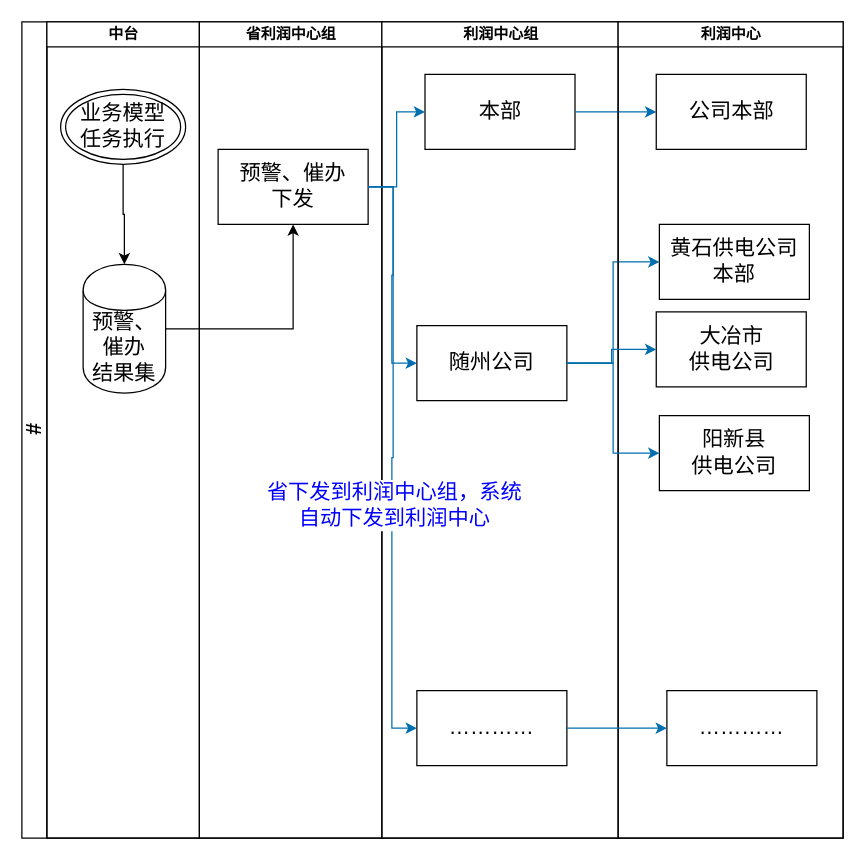
The draw.io diagram Untitled Diagram.drawio in persistkong/cms, before the edit. Source tidied: cells renumbered, new cells numbered last; positions are measured from the earlier drawing's top-left corner, leaving out a move shared by most shapes. Both pictures are drawn from the tidied source at 125%, with x=0, y=0 at pixel (21, 21).
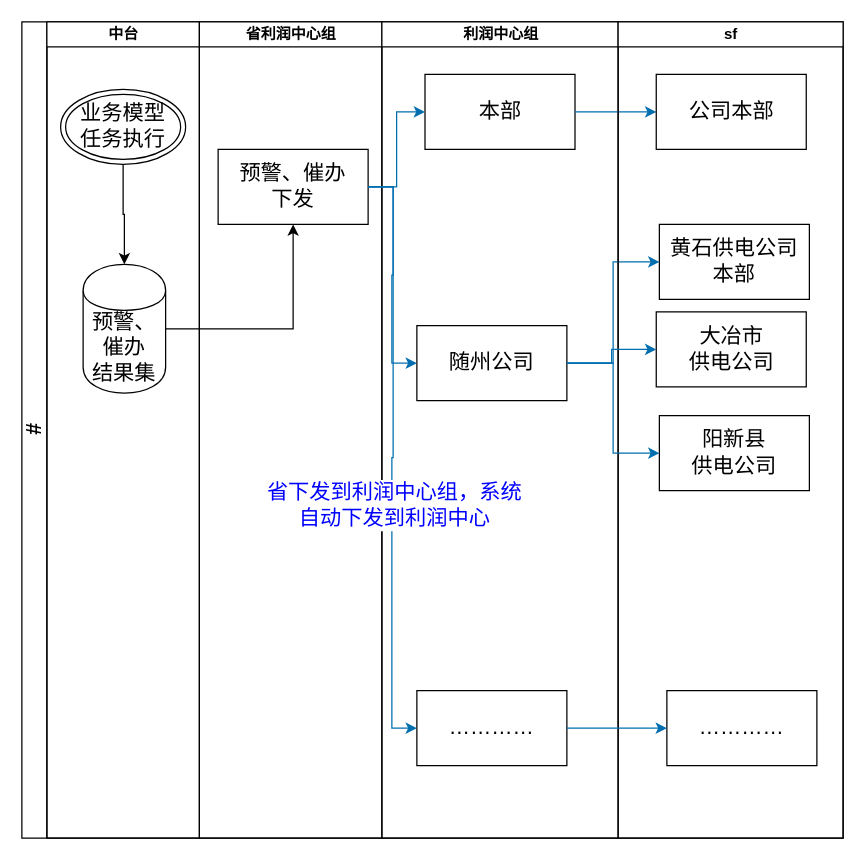
The same diagram, later.

The change refers to these unchanged cells:
```xml
<mxCell id="2" value="#" style="swimlane;html=1;startSize=20;horizontal=0;fontSize=17;" parent="1" vertex="1">
  <mxGeometry width="657" height="653" as="geometry" />
</mxCell>
```

Diff of the diagram source:
```diff
@@
-    <mxCell id="20" value="利润中心" style="swimlane;html=1;startSize=20;" parent="2" vertex="1">
+    <mxCell id="20" value="sf" style="swimlane;html=1;startSize=20;" parent="2" vertex="1">
       <mxGeometry x="477" width="180" height="653" as="geometry" />
     </mxCell>
```
